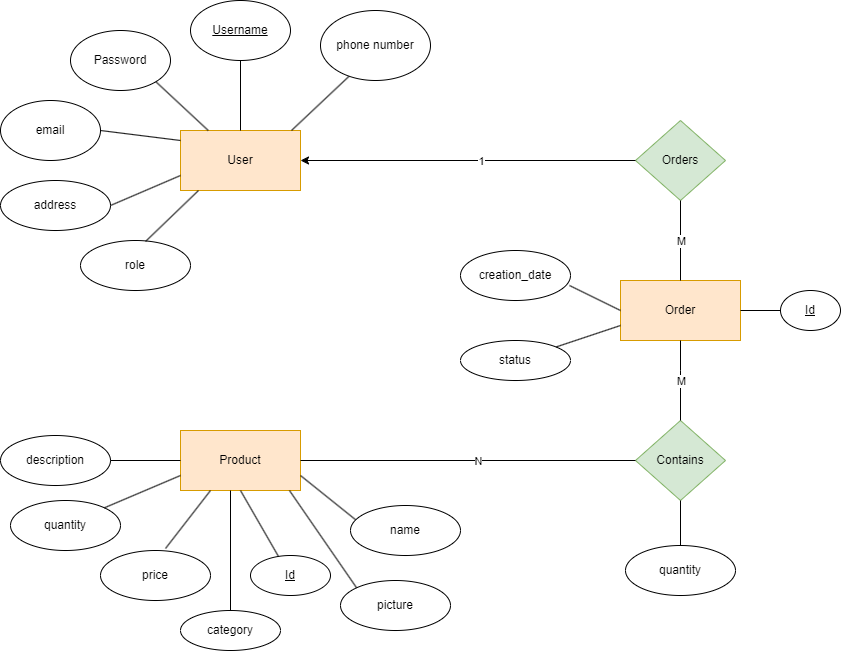
Earlier version of the draw.io export Docs/adatmodel.png (ETomi24/Webshop-backend). Source tidied: cells renumbered, new cells last; positions are measured from the earlier drawing's top-left corner, leaving out a move shared by most shapes.
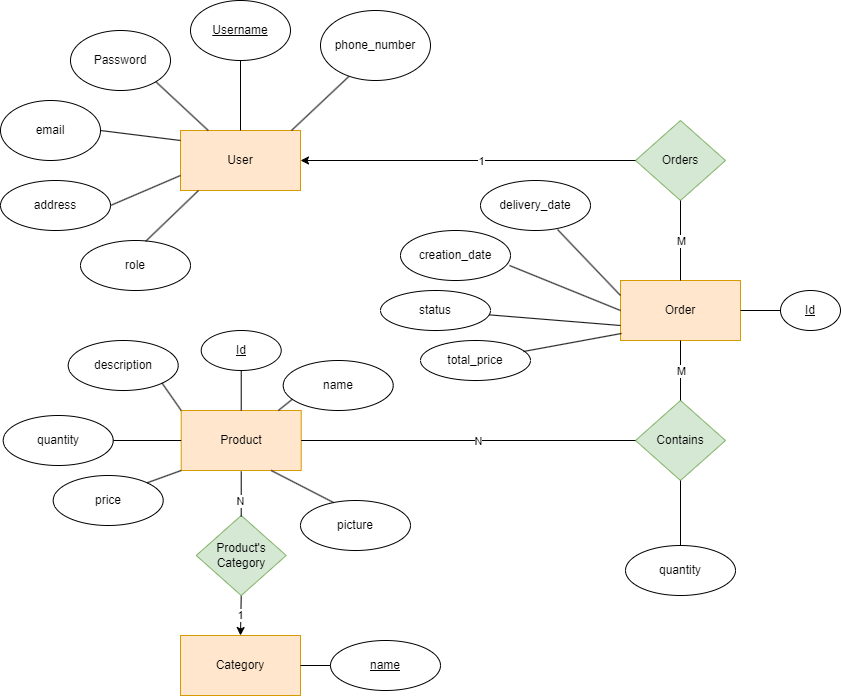
Later version of the same file.

The edit, as a diff of the source:
```diff
@@ -36,16 +36,16 @@
     <mxCell id="11" style="endArrow=none;html=1;rounded=0;exitX=0.925;exitY=0;exitDx=0;exitDy=0;exitPerimeter=0;entryX=0.267;entryY=0.929;entryDx=0;entryDy=0;entryPerimeter=0;" parent="1" edge="1" source="2" target="12">
       <mxGeometry relative="1" as="geometry" />
     </mxCell>
-    <mxCell id="12" value="phone number" style="ellipse;whiteSpace=wrap;html=1;" parent="1" vertex="1">
+    <mxCell id="12" value="phone_number" style="ellipse;whiteSpace=wrap;html=1;" parent="1" vertex="1">
       <mxGeometry x="320" y="10" width="110" height="70" as="geometry" />
     </mxCell>
     <mxCell id="13" value="Product" style="rounded=0;whiteSpace=wrap;html=1;fillColor=#ffe6cc;strokeColor=#d79b00;" parent="1" vertex="1">
-      <mxGeometry x="180" y="430" width="120" height="60" as="geometry" />
+      <mxGeometry x="180.7" y="410" width="120" height="60" as="geometry" />
     </mxCell>
     <mxCell id="14" value="Id" style="ellipse;whiteSpace=wrap;html=1;fontStyle=4;" parent="1" vertex="1">
-      <mxGeometry x="250" y="555" width="80" height="40" as="geometry" />
+      <mxGeometry x="200.7" y="330" width="80" height="40" as="geometry" />
     </mxCell>
-    <mxCell id="15" style="endArrow=none;html=1;rounded=0;exitX=0.5;exitY=1;exitDx=0;exitDy=0;entryX=0.35;entryY=0.025;entryDx=0;entryDy=0;entryPerimeter=0;" parent="1" edge="1" source="13" target="14">
+    <mxCell id="15" style="endArrow=none;html=1;rounded=0;exitX=0.5;exitY=0;exitDx=0;exitDy=0;entryX=0.5;entryY=1;entryDx=0;entryDy=0;" parent="1" edge="1" source="13" target="14">
       <mxGeometry relative="1" as="geometry" />
     </mxCell>
     <mxCell id="16" value="Order" style="rounded=0;whiteSpace=wrap;html=1;fillColor=#ffe6cc;strokeColor=#d79b00;" parent="1" vertex="1">
@@ -57,42 +57,37 @@
     <mxCell id="18" style="endArrow=none;html=1;rounded=0;exitX=1;exitY=0.5;exitDx=0;exitDy=0;entryX=0;entryY=0.5;entryDx=0;entryDy=0;" parent="1" edge="1" source="16" target="17">
       <mxGeometry relative="1" as="geometry" />
     </mxCell>
-    <mxCell id="19" style="endArrow=none;html=1;rounded=0;exitX=1;exitY=0.75;exitDx=0;exitDy=0;entryX=0.055;entryY=0.3;entryDx=0;entryDy=0;entryPerimeter=0;" parent="1" edge="1" source="13" target="20">
+    <mxCell id="19" style="endArrow=none;html=1;rounded=0;entryX=0.091;entryY=0.76;entryDx=0;entryDy=0;entryPerimeter=0;" parent="1" edge="1" source="13" target="20">
       <mxGeometry relative="1" as="geometry" />
     </mxCell>
     <mxCell id="20" value="name" style="ellipse;whiteSpace=wrap;html=1;" parent="1" vertex="1">
-      <mxGeometry x="350" y="505" width="110" height="50" as="geometry" />
+      <mxGeometry x="282.7" y="360" width="110" height="50" as="geometry" />
     </mxCell>
     <mxCell id="21" value="quantity" style="ellipse;whiteSpace=wrap;html=1;" parent="1" vertex="1">
-      <mxGeometry x="10" y="500" width="110" height="50" as="geometry" />
+      <mxGeometry x="2.7" y="415" width="110" height="50" as="geometry" />
     </mxCell>
-    <mxCell id="22" style="endArrow=none;html=1;rounded=0;exitX=1;exitY=0;exitDx=0;exitDy=0;entryX=0;entryY=0.75;entryDx=0;entryDy=0;" parent="1" edge="1" source="21" target="13">
+    <mxCell id="22" style="endArrow=none;html=1;rounded=0;exitX=1;exitY=0.5;exitDx=0;exitDy=0;entryX=0;entryY=0.5;entryDx=0;entryDy=0;" parent="1" edge="1" source="21" target="13">
       <mxGeometry relative="1" as="geometry" />
     </mxCell>
     <mxCell id="23" value="price" style="ellipse;whiteSpace=wrap;html=1;" parent="1" vertex="1">
-      <mxGeometry x="100" y="550" width="110" height="50" as="geometry" />
+      <mxGeometry x="52.7" y="475" width="110" height="50" as="geometry" />
     </mxCell>
-    <mxCell id="24" style="endArrow=none;html=1;rounded=0;exitX=0.591;exitY=-0.04;exitDx=0;exitDy=0;exitPerimeter=0;entryX=0.25;entryY=1;entryDx=0;entryDy=0;" parent="1" edge="1" source="23" target="13">
+    <mxCell id="24" style="endArrow=none;html=1;rounded=0;exitX=1;exitY=0;exitDx=0;exitDy=0;entryX=0;entryY=1;entryDx=0;entryDy=0;" parent="1" edge="1" source="23" target="13">
       <mxGeometry relative="1" as="geometry" />
     </mxCell>
-    <mxCell id="25" value="category" style="ellipse;whiteSpace=wrap;html=1;" parent="1" vertex="1">
-      <mxGeometry x="180" y="610" width="100" height="40" as="geometry" />
-    </mxCell>
-    <mxCell id="26" style="endArrow=none;html=1;rounded=0;exitX=0.5;exitY=0;exitDx=0;exitDy=0;" parent="1" edge="1" source="25">
-      <mxGeometry relative="1" as="geometry">
-        <mxPoint x="230" y="490" as="targetPoint" />
-      </mxGeometry>
+    <mxCell id="26" value="1" style="endArrow=none;html=1;rounded=0;exitX=0.5;exitY=0;exitDx=0;exitDy=0;entryX=0.5;entryY=1;entryDx=0;entryDy=0;startArrow=classic;startFill=1;" parent="1" edge="1" source="49" target="56">
+      <mxGeometry relative="1" as="geometry" />
     </mxCell>
     <mxCell id="27" value="description" style="ellipse;whiteSpace=wrap;html=1;" parent="1" vertex="1">
-      <mxGeometry y="435" width="110" height="50" as="geometry" />
+      <mxGeometry x="67.7" y="340" width="110" height="50" as="geometry" />
     </mxCell>
-    <mxCell id="28" style="endArrow=none;html=1;rounded=0;exitX=1;exitY=0.5;exitDx=0;exitDy=0;entryX=0;entryY=0.5;entryDx=0;entryDy=0;" parent="1" edge="1" source="27" target="13">
+    <mxCell id="28" style="endArrow=none;html=1;rounded=0;exitX=1;exitY=1;exitDx=0;exitDy=0;entryX=0;entryY=0;entryDx=0;entryDy=0;" parent="1" edge="1" source="27" target="13">
       <mxGeometry relative="1" as="geometry" />
     </mxCell>
     <mxCell id="29" value="picture" style="ellipse;whiteSpace=wrap;html=1;" parent="1" vertex="1">
-      <mxGeometry x="340" y="580" width="110" height="50" as="geometry" />
+      <mxGeometry x="300" y="500" width="110" height="50" as="geometry" />
     </mxCell>
-    <mxCell id="30" style="endArrow=none;html=1;rounded=0;exitX=0.908;exitY=1;exitDx=0;exitDy=0;exitPerimeter=0;entryX=0;entryY=0;entryDx=0;entryDy=0;" parent="1" edge="1" source="13" target="29">
+    <mxCell id="30" style="endArrow=none;html=1;rounded=0;exitX=0.75;exitY=1;exitDx=0;exitDy=0;entryX=0.3;entryY=0.04;entryDx=0;entryDy=0;entryPerimeter=0;" parent="1" edge="1" source="13" target="29">
       <mxGeometry relative="1" as="geometry" />
     </mxCell>
     <mxCell id="31" value="Orders" style="rhombus;whiteSpace=wrap;html=1;fillColor=#d5e8d4;strokeColor=#82b366;rotation=0;" parent="1" vertex="1">
@@ -113,7 +108,7 @@
       <mxGeometry x="-0.07" relative="1" as="geometry" />
     </mxCell>
     <mxCell id="36" value="Contains" style="rhombus;whiteSpace=wrap;html=1;fillColor=#d5e8d4;strokeColor=#82b366;rotation=0;" parent="1" vertex="1">
-      <mxGeometry x="635" y="420" width="90" height="80" as="geometry" />
+      <mxGeometry x="635" y="400" width="90" height="80" as="geometry" />
     </mxCell>
     <mxCell id="37" style="endArrow=none;html=1;rounded=0;entryX=0.5;entryY=1;entryDx=0;entryDy=0;exitX=0.5;exitY=0;exitDx=0;exitDy=0;" parent="1" edge="1" source="36" target="16">
       <mxGeometry relative="1" as="geometry">
@@ -140,13 +135,13 @@
       <mxGeometry relative="1" as="geometry" />
     </mxCell>
     <mxCell id="43" value="creation_date" style="ellipse;whiteSpace=wrap;html=1;" parent="1" vertex="1">
-      <mxGeometry x="460" y="250" width="110" height="50" as="geometry" />
+      <mxGeometry x="400" y="230" width="110" height="50" as="geometry" />
     </mxCell>
     <mxCell id="44" style="endArrow=none;html=1;rounded=0;exitX=0.991;exitY=0.7;exitDx=0;exitDy=0;entryX=0;entryY=0.5;entryDx=0;entryDy=0;exitPerimeter=0;" parent="1" edge="1" source="43" target="16">
       <mxGeometry relative="1" as="geometry" />
     </mxCell>
     <mxCell id="45" value="status" style="ellipse;whiteSpace=wrap;html=1;" parent="1" vertex="1">
-      <mxGeometry x="460" y="340" width="110" height="40" as="geometry" />
+      <mxGeometry x="380" y="290" width="110" height="40" as="geometry" />
     </mxCell>
     <mxCell id="46" style="endArrow=none;html=1;rounded=0;exitX=0;exitY=0.75;exitDx=0;exitDy=0;" parent="1" edge="1" source="16" target="45">
       <mxGeometry relative="1" as="geometry" />
@@ -157,5 +152,38 @@
     <mxCell id="48" style="endArrow=none;html=1;rounded=0;exitX=0.15;exitY=1;exitDx=0;exitDy=0;entryX=0.591;entryY=0.02;entryDx=0;entryDy=0;entryPerimeter=0;exitPerimeter=0;" parent="1" edge="1" source="2" target="47">
       <mxGeometry relative="1" as="geometry" />
     </mxCell>
+    <mxCell id="49" value="Category" style="rounded=0;whiteSpace=wrap;html=1;fillColor=#ffe6cc;strokeColor=#d79b00;" parent="1" vertex="1">
+      <mxGeometry x="180" y="635" width="120" height="60" as="geometry" />
+    </mxCell>
+    <mxCell id="50" value="delivery_date" style="ellipse;whiteSpace=wrap;html=1;" parent="1" vertex="1">
+      <mxGeometry x="480" y="180" width="110" height="50" as="geometry" />
+    </mxCell>
+    <mxCell id="51" style="endArrow=none;html=1;rounded=0;exitX=0.7;exitY=0.98;exitDx=0;exitDy=0;entryX=0;entryY=0.25;entryDx=0;entryDy=0;exitPerimeter=0;" parent="1" edge="1" source="50" target="16">
+      <mxGeometry relative="1" as="geometry" />
+    </mxCell>
+    <mxCell id="52" value="total_price" style="ellipse;whiteSpace=wrap;html=1;" parent="1" vertex="1">
+      <mxGeometry x="420" y="340" width="110" height="40" as="geometry" />
+    </mxCell>
+    <mxCell id="53" style="endArrow=none;html=1;rounded=0;exitX=0.008;exitY=0.883;exitDx=0;exitDy=0;entryX=0.936;entryY=0.275;entryDx=0;entryDy=0;entryPerimeter=0;exitPerimeter=0;" parent="1" edge="1" source="16" target="52">
+      <mxGeometry relative="1" as="geometry" />
+    </mxCell>
+    <mxCell id="54" value="&lt;u&gt;name&lt;/u&gt;" style="ellipse;whiteSpace=wrap;html=1;" parent="1" vertex="1">
+      <mxGeometry x="330" y="640" width="110" height="50" as="geometry" />
+    </mxCell>
+    <mxCell id="55" style="endArrow=none;html=1;rounded=0;exitX=1;exitY=0.5;exitDx=0;exitDy=0;entryX=0;entryY=0.5;entryDx=0;entryDy=0;" parent="1" edge="1" source="49" target="54">
+      <mxGeometry relative="1" as="geometry" />
+    </mxCell>
+    <mxCell id="56" value="Product's Category" style="rhombus;whiteSpace=wrap;html=1;fillColor=#d5e8d4;strokeColor=#82b366;rotation=0;" parent="1" vertex="1">
+      <mxGeometry x="195.7" y="515" width="90" height="80" as="geometry" />
+    </mxCell>
+    <mxCell id="57" style="endArrow=none;html=1;rounded=0;exitX=0.5;exitY=0;exitDx=0;exitDy=0;entryX=0.5;entryY=1;entryDx=0;entryDy=0;" parent="1" edge="1">
+      <mxGeometry relative="1" as="geometry">
+        <mxPoint x="240.7" y="516" as="sourcePoint" />
+        <mxPoint x="240.7" y="471" as="targetPoint" />
+      </mxGeometry>
+    </mxCell>
+    <mxCell id="58" value="N" style="edgeLabel;html=1;align=center;verticalAlign=middle;" parent="57" vertex="1">
+      <mxGeometry x="-0.28" y="1" relative="1" as="geometry" />
+    </mxCell>
   </root>
 </mxGraphModel>
```
